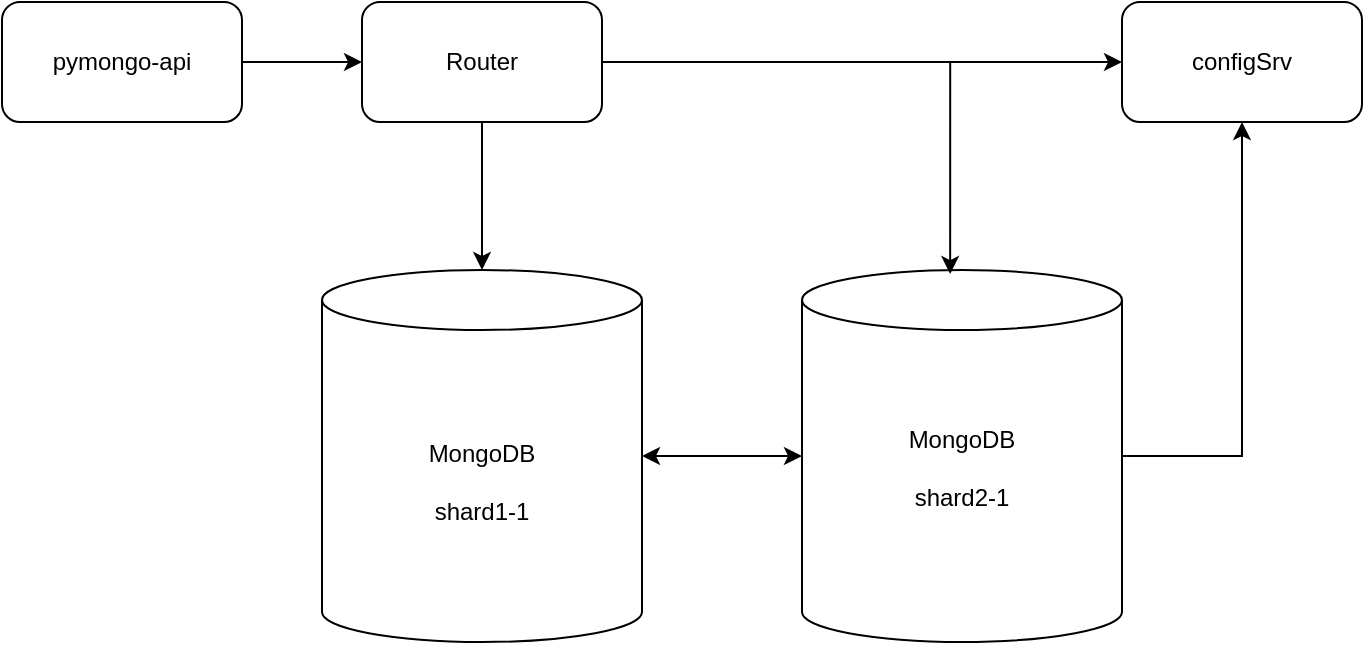
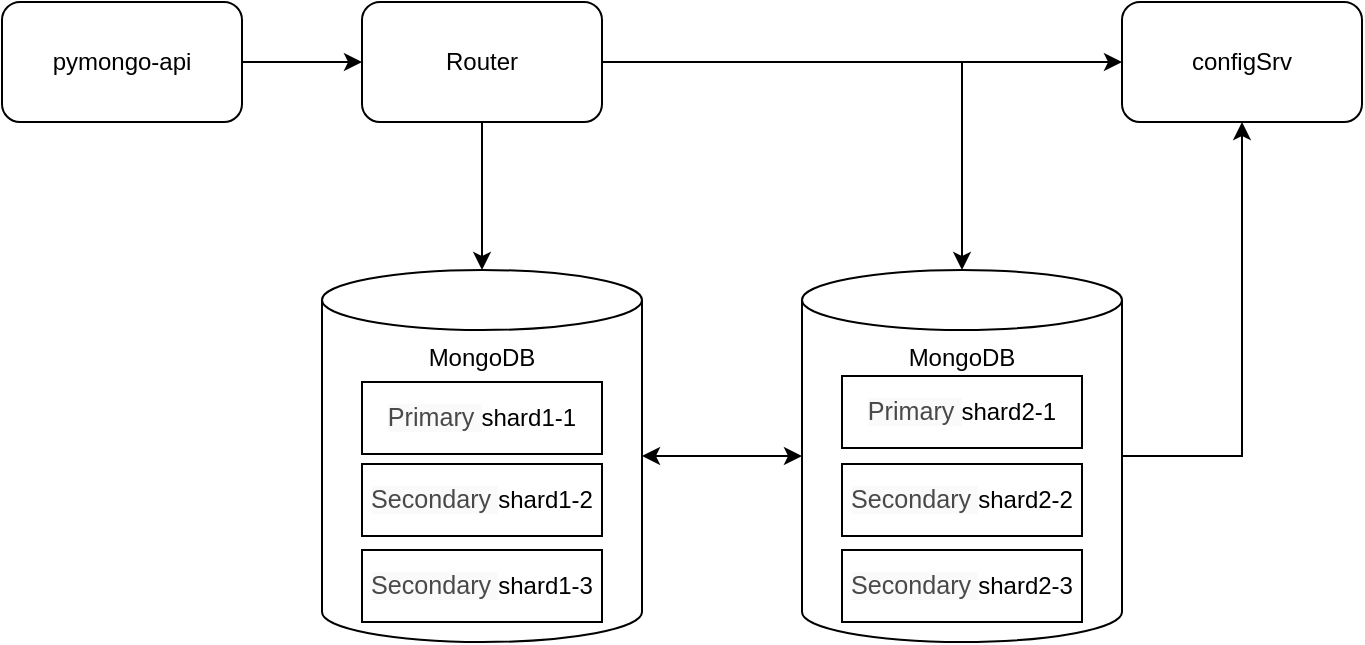
<mxfile host="app.diagrams.net" agent="Mozilla/5.0 (Macintosh; Intel Mac OS X 10_15_7) AppleWebKit/605.1.15 (KHTML, like Gecko) Version/18.5 Safari/605.1.15" version="27.1.6">
  <diagram name="Page-1" id="-H_mtQnk-PTXWXPvYvuk">
-     <mxGraphModel dx="1018" dy="696" grid="1" gridSize="10" guides="1" tooltips="1" connect="1" arrows="1" fold="1" page="1" pageScale="1" pageWidth="1169" pageHeight="827" math="0" shadow="0">
+     <mxGraphModel dx="1018" dy="696" grid="0" gridSize="10" guides="1" tooltips="1" connect="1" arrows="1" fold="1" page="1" pageScale="1" pageWidth="1169" pageHeight="827" math="0" shadow="0">
      <root>
        <mxCell id="0" />
        <mxCell id="1" parent="0" />
-         <mxCell id="tWGMZ3M52HPP_QXDfdmS-14" value="" style="edgeStyle=orthogonalEdgeStyle;rounded=0;orthogonalLoop=1;jettySize=auto;html=1;" edge="1" parent="1" source="zA23MoTUsTF4_91t8viU-3" target="tWGMZ3M52HPP_QXDfdmS-5">
+         <mxCell id="tWGMZ3M52HPP_QXDfdmS-1" value="&lt;div style=&quot;text-align: left;&quot;&gt;MongoDB&lt;/div&gt;&lt;div&gt;&lt;div style=&quot;&quot;&gt;&lt;br&gt;&lt;/div&gt;&lt;/div&gt;" style="shape=cylinder3;whiteSpace=wrap;html=1;boundedLbl=1;backgroundOutline=1;size=15;flipV=0;flipH=0;verticalAlign=top;" parent="1" vertex="1">
+           <mxGeometry x="460" y="414" width="160" height="186" as="geometry" />
+         </mxCell>
+         <mxCell id="tWGMZ3M52HPP_QXDfdmS-14" value="" style="edgeStyle=orthogonalEdgeStyle;rounded=0;orthogonalLoop=1;jettySize=auto;html=1;" parent="1" source="zA23MoTUsTF4_91t8viU-3" target="tWGMZ3M52HPP_QXDfdmS-5" edge="1">
          <mxGeometry relative="1" as="geometry" />
        </mxCell>
        <mxCell id="zA23MoTUsTF4_91t8viU-3" value="pymongo-api" style="rounded=1;whiteSpace=wrap;html=1;" parent="1" vertex="1">
          <mxGeometry x="300" y="280" width="120" height="60" as="geometry" />
        </mxCell>
-         <mxCell id="tWGMZ3M52HPP_QXDfdmS-1" value="MongoDB&lt;div&gt;&lt;br&gt;&lt;div&gt;shard1-1&lt;br&gt;&lt;/div&gt;&lt;/div&gt;" style="shape=cylinder3;whiteSpace=wrap;html=1;boundedLbl=1;backgroundOutline=1;size=15;" vertex="1" parent="1">
-           <mxGeometry x="460" y="414" width="160" height="186" as="geometry" />
-         </mxCell>
-         <mxCell id="tWGMZ3M52HPP_QXDfdmS-11" style="edgeStyle=orthogonalEdgeStyle;rounded=0;orthogonalLoop=1;jettySize=auto;html=1;entryX=0.5;entryY=1;entryDx=0;entryDy=0;" edge="1" parent="1" source="tWGMZ3M52HPP_QXDfdmS-3" target="tWGMZ3M52HPP_QXDfdmS-8">
+         <mxCell id="tWGMZ3M52HPP_QXDfdmS-11" style="edgeStyle=orthogonalEdgeStyle;rounded=0;orthogonalLoop=1;jettySize=auto;html=1;entryX=0.5;entryY=1;entryDx=0;entryDy=0;" parent="1" target="tWGMZ3M52HPP_QXDfdmS-8" edge="1">
          <mxGeometry relative="1" as="geometry">
            <Array as="points">
              <mxPoint x="920" y="507" />
            </Array>
+             <mxPoint x="860" y="507" as="sourcePoint" />
          </mxGeometry>
        </mxCell>
-         <mxCell id="tWGMZ3M52HPP_QXDfdmS-3" value="MongoDB&lt;div&gt;&lt;br&gt;&lt;/div&gt;&lt;div&gt;shard2-1&lt;br&gt;&lt;div&gt;&lt;br&gt;&lt;/div&gt;&lt;/div&gt;" style="shape=cylinder3;whiteSpace=wrap;html=1;boundedLbl=1;backgroundOutline=1;size=15;" vertex="1" parent="1">
-           <mxGeometry x="700" y="414" width="160" height="186" as="geometry" />
-         </mxCell>
-         <mxCell id="tWGMZ3M52HPP_QXDfdmS-6" value="" style="edgeStyle=orthogonalEdgeStyle;rounded=0;orthogonalLoop=1;jettySize=auto;html=1;" edge="1" parent="1" source="tWGMZ3M52HPP_QXDfdmS-5" target="tWGMZ3M52HPP_QXDfdmS-1">
+         <mxCell id="tWGMZ3M52HPP_QXDfdmS-6" value="" style="edgeStyle=orthogonalEdgeStyle;rounded=0;orthogonalLoop=1;jettySize=auto;html=1;" parent="1" source="tWGMZ3M52HPP_QXDfdmS-5" target="tWGMZ3M52HPP_QXDfdmS-1" edge="1">
          <mxGeometry relative="1" as="geometry" />
        </mxCell>
-         <mxCell id="tWGMZ3M52HPP_QXDfdmS-5" value="Router" style="rounded=1;whiteSpace=wrap;html=1;" vertex="1" parent="1">
+         <mxCell id="rvkwCucdAWL0D3_kAxR9-8" style="edgeStyle=orthogonalEdgeStyle;rounded=0;orthogonalLoop=1;jettySize=auto;html=1;entryX=0.5;entryY=0;entryDx=0;entryDy=0;entryPerimeter=0;" edge="1" parent="1" source="tWGMZ3M52HPP_QXDfdmS-5" target="rvkwCucdAWL0D3_kAxR9-4">
+           <mxGeometry relative="1" as="geometry">
+             <mxPoint x="744" y="374" as="targetPoint" />
+           </mxGeometry>
+         </mxCell>
+         <mxCell id="tWGMZ3M52HPP_QXDfdmS-5" value="Router" style="rounded=1;whiteSpace=wrap;html=1;" parent="1" vertex="1">
          <mxGeometry x="480" y="280" width="120" height="60" as="geometry" />
        </mxCell>
-         <mxCell id="tWGMZ3M52HPP_QXDfdmS-7" style="edgeStyle=orthogonalEdgeStyle;rounded=0;orthogonalLoop=1;jettySize=auto;html=1;entryX=0.463;entryY=0.011;entryDx=0;entryDy=0;entryPerimeter=0;" edge="1" parent="1" source="tWGMZ3M52HPP_QXDfdmS-5" target="tWGMZ3M52HPP_QXDfdmS-3">
-           <mxGeometry relative="1" as="geometry" />
-         </mxCell>
-         <mxCell id="tWGMZ3M52HPP_QXDfdmS-8" value="configSrv" style="rounded=1;whiteSpace=wrap;html=1;" vertex="1" parent="1">
+         <mxCell id="tWGMZ3M52HPP_QXDfdmS-8" value="configSrv" style="rounded=1;whiteSpace=wrap;html=1;" parent="1" vertex="1">
          <mxGeometry x="860" y="280" width="120" height="60" as="geometry" />
        </mxCell>
-         <mxCell id="tWGMZ3M52HPP_QXDfdmS-10" value="" style="endArrow=classic;startArrow=classic;html=1;rounded=0;exitX=1;exitY=0.5;exitDx=0;exitDy=0;exitPerimeter=0;entryX=0;entryY=0.5;entryDx=0;entryDy=0;entryPerimeter=0;" edge="1" parent="1" source="tWGMZ3M52HPP_QXDfdmS-1" target="tWGMZ3M52HPP_QXDfdmS-3">
+         <mxCell id="tWGMZ3M52HPP_QXDfdmS-10" value="" style="endArrow=classic;startArrow=classic;html=1;rounded=0;exitX=1;exitY=0.5;exitDx=0;exitDy=0;exitPerimeter=0;entryX=0;entryY=0.5;entryDx=0;entryDy=0;entryPerimeter=0;" parent="1" source="tWGMZ3M52HPP_QXDfdmS-1" edge="1">
          <mxGeometry width="50" height="50" relative="1" as="geometry">
            <mxPoint x="500" y="390" as="sourcePoint" />
+             <mxPoint x="700" y="507" as="targetPoint" />
+           </mxGeometry>
+         </mxCell>
+         <mxCell id="tWGMZ3M52HPP_QXDfdmS-13" value="" style="endArrow=classic;html=1;rounded=0;entryX=0;entryY=0.5;entryDx=0;entryDy=0;" parent="1" target="tWGMZ3M52HPP_QXDfdmS-8" edge="1">
+           <mxGeometry width="50" height="50" relative="1" as="geometry">
+             <mxPoint x="780" y="310" as="sourcePoint" />
            <mxPoint x="550" y="340" as="targetPoint" />
          </mxGeometry>
        </mxCell>
-         <mxCell id="tWGMZ3M52HPP_QXDfdmS-13" value="" style="endArrow=classic;html=1;rounded=0;entryX=0;entryY=0.5;entryDx=0;entryDy=0;" edge="1" parent="1" target="tWGMZ3M52HPP_QXDfdmS-8">
-           <mxGeometry width="50" height="50" relative="1" as="geometry">
-             <mxPoint x="770" y="310" as="sourcePoint" />
-             <mxPoint x="550" y="340" as="targetPoint" />
-           </mxGeometry>
+         <mxCell id="rvkwCucdAWL0D3_kAxR9-1" value="&lt;div&gt;&lt;span style=&quot;caret-color: rgb(73, 73, 73); color: rgb(73, 73, 73); font-family: var(--ds-font-family-code); font-size: 12.573px; text-align: start; background-color: rgb(250, 250, 250);&quot;&gt;Secondary&amp;nbsp;&lt;/span&gt;shard1-3&lt;br&gt;&lt;/div&gt;" style="rounded=0;whiteSpace=wrap;html=1;" vertex="1" parent="1">
+           <mxGeometry x="480" y="554" width="120" height="36" as="geometry" />
+         </mxCell>
+         <mxCell id="rvkwCucdAWL0D3_kAxR9-2" value="&lt;div&gt;&lt;span style=&quot;caret-color: rgb(73, 73, 73); color: rgb(73, 73, 73); font-family: var(--ds-font-family-code); font-size: 12.573px; text-align: start; background-color: rgb(250, 250, 250);&quot;&gt;Primary&amp;nbsp;&lt;/span&gt;shard1-1&lt;br&gt;&lt;/div&gt;" style="rounded=0;whiteSpace=wrap;html=1;" vertex="1" parent="1">
+           <mxGeometry x="480" y="470" width="120" height="36" as="geometry" />
+         </mxCell>
+         <mxCell id="rvkwCucdAWL0D3_kAxR9-3" value="&lt;div&gt;&lt;span style=&quot;caret-color: rgb(73, 73, 73); color: rgb(73, 73, 73); font-family: var(--ds-font-family-code); font-size: 12.573px; text-align: start; background-color: rgb(250, 250, 250);&quot;&gt;Secondary&amp;nbsp;&lt;/span&gt;shard1-2&lt;br&gt;&lt;/div&gt;" style="rounded=0;whiteSpace=wrap;html=1;" vertex="1" parent="1">
+           <mxGeometry x="480" y="511" width="120" height="36" as="geometry" />
+         </mxCell>
+         <mxCell id="rvkwCucdAWL0D3_kAxR9-4" value="&lt;div style=&quot;text-align: left;&quot;&gt;MongoDB&lt;/div&gt;&lt;div&gt;&lt;div style=&quot;&quot;&gt;&lt;br&gt;&lt;/div&gt;&lt;/div&gt;" style="shape=cylinder3;whiteSpace=wrap;html=1;boundedLbl=1;backgroundOutline=1;size=15;flipV=0;flipH=0;verticalAlign=top;" vertex="1" parent="1">
+           <mxGeometry x="700" y="414" width="160" height="186" as="geometry" />
+         </mxCell>
+         <mxCell id="rvkwCucdAWL0D3_kAxR9-5" value="&lt;div&gt;&lt;span style=&quot;caret-color: rgb(73, 73, 73); color: rgb(73, 73, 73); font-family: var(--ds-font-family-code); font-size: 12.573px; text-align: start; background-color: rgb(250, 250, 250);&quot;&gt;Secondary&amp;nbsp;&lt;/span&gt;shard2-3&lt;br&gt;&lt;/div&gt;" style="rounded=0;whiteSpace=wrap;html=1;" vertex="1" parent="1">
+           <mxGeometry x="720" y="554" width="120" height="36" as="geometry" />
+         </mxCell>
+         <mxCell id="rvkwCucdAWL0D3_kAxR9-6" value="&lt;div&gt;&lt;span style=&quot;caret-color: rgb(73, 73, 73); color: rgb(73, 73, 73); font-family: var(--ds-font-family-code); font-size: 12.573px; text-align: start; background-color: rgb(250, 250, 250);&quot;&gt;Primary&amp;nbsp;&lt;/span&gt;shard2-1&lt;br&gt;&lt;/div&gt;" style="rounded=0;whiteSpace=wrap;html=1;" vertex="1" parent="1">
+           <mxGeometry x="720" y="467" width="120" height="36" as="geometry" />
+         </mxCell>
+         <mxCell id="rvkwCucdAWL0D3_kAxR9-7" value="&lt;div&gt;&lt;span style=&quot;caret-color: rgb(73, 73, 73); color: rgb(73, 73, 73); font-family: var(--ds-font-family-code); font-size: 12.573px; text-align: start; background-color: rgb(250, 250, 250);&quot;&gt;Secondary&amp;nbsp;&lt;/span&gt;shard2-2&lt;br&gt;&lt;/div&gt;" style="rounded=0;whiteSpace=wrap;html=1;" vertex="1" parent="1">
+           <mxGeometry x="720" y="511" width="120" height="36" as="geometry" />
        </mxCell>
      </root>
    </mxGraphModel>
  </diagram>
</mxfile>
